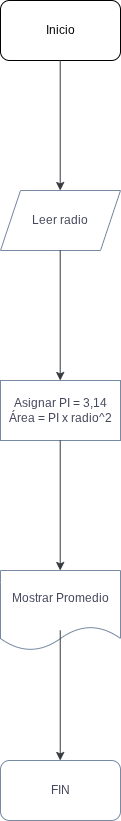
lucri1384/Pensamiento-computacional keeps this draw.io diagram as Ejercicio_4_Lucas.drawio.png. Above is the earlier version. Source tidied: cells renumbered, new cells last; positions are measured from the earlier drawing's top-left corner, leaving out a move shared by most shapes. The source it was exported from:
```xml
<mxGraphModel background="light-dark(#FFFFFF,#FFFFFF)">
  <root>
    <mxCell id="0" />
    <mxCell id="1" parent="0" />
    <mxCell id="2" value="Inicio" style="rounded=1;whiteSpace=wrap;html=1;" parent="1" vertex="1">
      <mxGeometry width="120" height="60" as="geometry" />
    </mxCell>
    <mxCell id="3" style="endArrow=classic;html=1;rounded=0;fontColor=#46495D;fillColor=#eeeeee;strokeColor=light-dark(#36393d, #000000);" parent="1" edge="1">
      <mxGeometry relative="1" as="geometry">
        <mxPoint x="59.7" y="60" as="sourcePoint" />
        <mxPoint x="59.7" y="190" as="targetPoint" />
      </mxGeometry>
    </mxCell>
    <mxCell id="4" value="Leer radio" style="shape=parallelogram;perimeter=parallelogramPerimeter;whiteSpace=wrap;html=1;fixedSize=1;strokeColor=#788AA3;fontColor=#46495D;fillColor=default;" parent="1" vertex="1">
      <mxGeometry y="190" width="120" height="60" as="geometry" />
    </mxCell>
    <mxCell id="5" style="endArrow=classic;html=1;rounded=0;fontColor=#46495D;fillColor=#eeeeee;strokeColor=light-dark(#36393d, #000000);" parent="1" edge="1">
      <mxGeometry relative="1" as="geometry">
        <mxPoint x="59.7" y="250" as="sourcePoint" />
        <mxPoint x="59.7" y="380" as="targetPoint" />
      </mxGeometry>
    </mxCell>
    <mxCell id="6" value="Asignar PI = 3,14&lt;div&gt;Área = PI x&amp;nbsp;&lt;span style=&quot;font-family: &amp;quot;Google Sans Text&amp;quot;, sans-serif; background-color: transparent; color: light-dark(rgb(70, 73, 93), rgb(170, 173, 190));&quot;&gt;radio^2&lt;/span&gt;&lt;/div&gt;" style="rounded=0;whiteSpace=wrap;html=1;strokeColor=#788AA3;fontColor=#46495D;fillColor=default;" parent="1" vertex="1">
      <mxGeometry y="380" width="120" height="60" as="geometry" />
    </mxCell>
    <mxCell id="7" style="endArrow=classic;html=1;rounded=0;fontColor=#46495D;fillColor=#eeeeee;strokeColor=light-dark(#36393d, #000000);" parent="1" edge="1">
      <mxGeometry relative="1" as="geometry">
        <mxPoint x="59.7" y="440" as="sourcePoint" />
        <mxPoint x="59.7" y="570" as="targetPoint" />
      </mxGeometry>
    </mxCell>
    <mxCell id="8" value="Mostrar Promedio" style="shape=document;whiteSpace=wrap;html=1;boundedLbl=1;strokeColor=#788AA3;fontColor=#46495D;fillColor=default;" parent="1" vertex="1">
      <mxGeometry y="570" width="120" height="80" as="geometry" />
    </mxCell>
    <mxCell id="9" value="FIN" style="rounded=1;whiteSpace=wrap;html=1;strokeColor=#788AA3;fontColor=#46495D;fillColor=default;" parent="1" vertex="1">
      <mxGeometry y="760" width="120" height="60" as="geometry" />
    </mxCell>
    <mxCell id="10" style="endArrow=classic;html=1;rounded=0;fontColor=#46495D;fillColor=#eeeeee;strokeColor=light-dark(#36393d, #000000);" parent="1" edge="1">
      <mxGeometry relative="1" as="geometry">
        <mxPoint x="59.7" y="630" as="sourcePoint" />
        <mxPoint x="59.7" y="760" as="targetPoint" />
      </mxGeometry>
    </mxCell>
  </root>
</mxGraphModel>
```
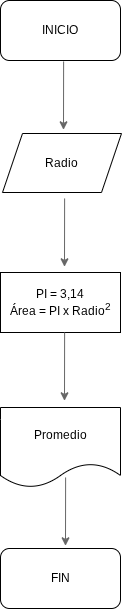
The same file after the commit.

The edit, as a diff of the source:
```diff
@@ -2,44 +2,44 @@
   <root>
     <mxCell id="0" />
     <mxCell id="1" parent="0" />
-    <mxCell id="2" value="Inicio" style="rounded=1;whiteSpace=wrap;html=1;" parent="1" vertex="1">
-      <mxGeometry width="120" height="60" as="geometry" />
-    </mxCell>
-    <mxCell id="3" style="endArrow=classic;html=1;rounded=0;fontColor=#46495D;fillColor=#eeeeee;strokeColor=light-dark(#36393d, #000000);" parent="1" edge="1">
-      <mxGeometry relative="1" as="geometry">
-        <mxPoint x="59.7" y="60" as="sourcePoint" />
-        <mxPoint x="59.7" y="190" as="targetPoint" />
-      </mxGeometry>
-    </mxCell>
-    <mxCell id="4" value="Leer radio" style="shape=parallelogram;perimeter=parallelogramPerimeter;whiteSpace=wrap;html=1;fixedSize=1;strokeColor=#788AA3;fontColor=#46495D;fillColor=default;" parent="1" vertex="1">
-      <mxGeometry y="190" width="120" height="60" as="geometry" />
-    </mxCell>
-    <mxCell id="5" style="endArrow=classic;html=1;rounded=0;fontColor=#46495D;fillColor=#eeeeee;strokeColor=light-dark(#36393d, #000000);" parent="1" edge="1">
-      <mxGeometry relative="1" as="geometry">
-        <mxPoint x="59.7" y="250" as="sourcePoint" />
-        <mxPoint x="59.7" y="380" as="targetPoint" />
-      </mxGeometry>
-    </mxCell>
-    <mxCell id="6" value="Asignar PI = 3,14&lt;div&gt;Área = PI x&amp;nbsp;&lt;span style=&quot;font-family: &amp;quot;Google Sans Text&amp;quot;, sans-serif; background-color: transparent; color: light-dark(rgb(70, 73, 93), rgb(170, 173, 190));&quot;&gt;radio^2&lt;/span&gt;&lt;/div&gt;" style="rounded=0;whiteSpace=wrap;html=1;strokeColor=#788AA3;fontColor=#46495D;fillColor=default;" parent="1" vertex="1">
-      <mxGeometry y="380" width="120" height="60" as="geometry" />
-    </mxCell>
-    <mxCell id="7" style="endArrow=classic;html=1;rounded=0;fontColor=#46495D;fillColor=#eeeeee;strokeColor=light-dark(#36393d, #000000);" parent="1" edge="1">
-      <mxGeometry relative="1" as="geometry">
-        <mxPoint x="59.7" y="440" as="sourcePoint" />
-        <mxPoint x="59.7" y="570" as="targetPoint" />
-      </mxGeometry>
-    </mxCell>
-    <mxCell id="8" value="Mostrar Promedio" style="shape=document;whiteSpace=wrap;html=1;boundedLbl=1;strokeColor=#788AA3;fontColor=#46495D;fillColor=default;" parent="1" vertex="1">
-      <mxGeometry y="570" width="120" height="80" as="geometry" />
-    </mxCell>
+    <mxCell id="11" value="INICIO" style="rounded=1;whiteSpace=wrap;html=1;labelBackgroundColor=none;" parent="1" vertex="1">
+      <mxGeometry y="212" width="120" height="60" as="geometry" />
+    </mxCell>
+    <mxCell id="12" value="Radio" style="shape=parallelogram;perimeter=parallelogramPerimeter;whiteSpace=wrap;html=1;fixedSize=1;" parent="1" vertex="1">
+      <mxGeometry x="2" y="345" width="119" height="59" as="geometry" />
+    </mxCell>
+    <mxCell id="13" value="PI = 3,14&lt;div&gt;Área = PI x Radio&lt;sup&gt;2&lt;/sup&gt;&lt;/div&gt;" style="rounded=0;whiteSpace=wrap;html=1;" parent="1" vertex="1">
+      <mxGeometry y="484" width="120" height="60" as="geometry" />
+    </mxCell>
+    <mxCell id="14" value="Promedio" style="shape=document;whiteSpace=wrap;html=1;boundedLbl=1;" parent="1" vertex="1">
+      <mxGeometry y="619" width="120" height="80" as="geometry" />
+    </mxCell>
-    <mxCell id="9" value="FIN" style="rounded=1;whiteSpace=wrap;html=1;strokeColor=#788AA3;fontColor=#46495D;fillColor=default;" parent="1" vertex="1">
+    <mxCell id="9" value="FIN" style="rounded=1;whiteSpace=wrap;html=1;" parent="1" vertex="1">
       <mxGeometry y="760" width="120" height="60" as="geometry" />
     </mxCell>
-    <mxCell id="10" style="endArrow=classic;html=1;rounded=0;fontColor=#46495D;fillColor=#eeeeee;strokeColor=light-dark(#36393d, #000000);" parent="1" edge="1">
-      <mxGeometry relative="1" as="geometry">
-        <mxPoint x="59.7" y="630" as="sourcePoint" />
-        <mxPoint x="59.7" y="760" as="targetPoint" />
-      </mxGeometry>
-    </mxCell>
+    <mxCell id="15" style="endArrow=classic;html=1;rounded=0;fontColor=none;labelBackgroundColor=light-dark(#FFFFFF, #ffffff);textShadow=0;labelBorderColor=none;noLabel=1;fillColor=#f5f5f5;strokeColor=#666666;entryX=0.549;entryY=0.005;entryDx=0;entryDy=0;entryPerimeter=0;" parent="1" edge="1">
+      <mxGeometry relative="1" as="geometry">
+        <mxPoint x="64.1" y="410" as="sourcePoint" />
+        <mxPoint x="64" y="478.3" as="targetPoint" />
+      </mxGeometry>
+    </mxCell>
+    <mxCell id="16" style="endArrow=classic;html=1;rounded=0;fontColor=none;labelBackgroundColor=light-dark(#FFFFFF, #ffffff);textShadow=0;labelBorderColor=none;noLabel=1;fillColor=#f5f5f5;strokeColor=#666666;entryX=0.549;entryY=0.005;entryDx=0;entryDy=0;entryPerimeter=0;" parent="1" edge="1">
+      <mxGeometry relative="1" as="geometry">
+        <mxPoint x="63.1" y="273" as="sourcePoint" />
+        <mxPoint x="63" y="341.3" as="targetPoint" />
+      </mxGeometry>
+    </mxCell>
+    <mxCell id="17" style="endArrow=classic;html=1;rounded=0;fontColor=none;labelBackgroundColor=light-dark(#FFFFFF, #ffffff);textShadow=0;labelBorderColor=none;noLabel=1;fillColor=#f5f5f5;strokeColor=#666666;entryX=0.549;entryY=0.005;entryDx=0;entryDy=0;entryPerimeter=0;" parent="1" edge="1">
+      <mxGeometry relative="1" as="geometry">
+        <mxPoint x="64.1" y="544" as="sourcePoint" />
+        <mxPoint x="64" y="612.3" as="targetPoint" />
+      </mxGeometry>
+    </mxCell>
+    <mxCell id="18" style="endArrow=classic;html=1;rounded=0;fontColor=none;labelBackgroundColor=light-dark(#FFFFFF, #ffffff);textShadow=0;labelBorderColor=none;noLabel=1;fillColor=#f5f5f5;strokeColor=#666666;entryX=0.549;entryY=0.005;entryDx=0;entryDy=0;entryPerimeter=0;" parent="1" edge="1">
+      <mxGeometry relative="1" as="geometry">
+        <mxPoint x="65.1" y="689" as="sourcePoint" />
+        <mxPoint x="65" y="757.3" as="targetPoint" />
+      </mxGeometry>
+    </mxCell>
   </root>
 </mxGraphModel>
```
